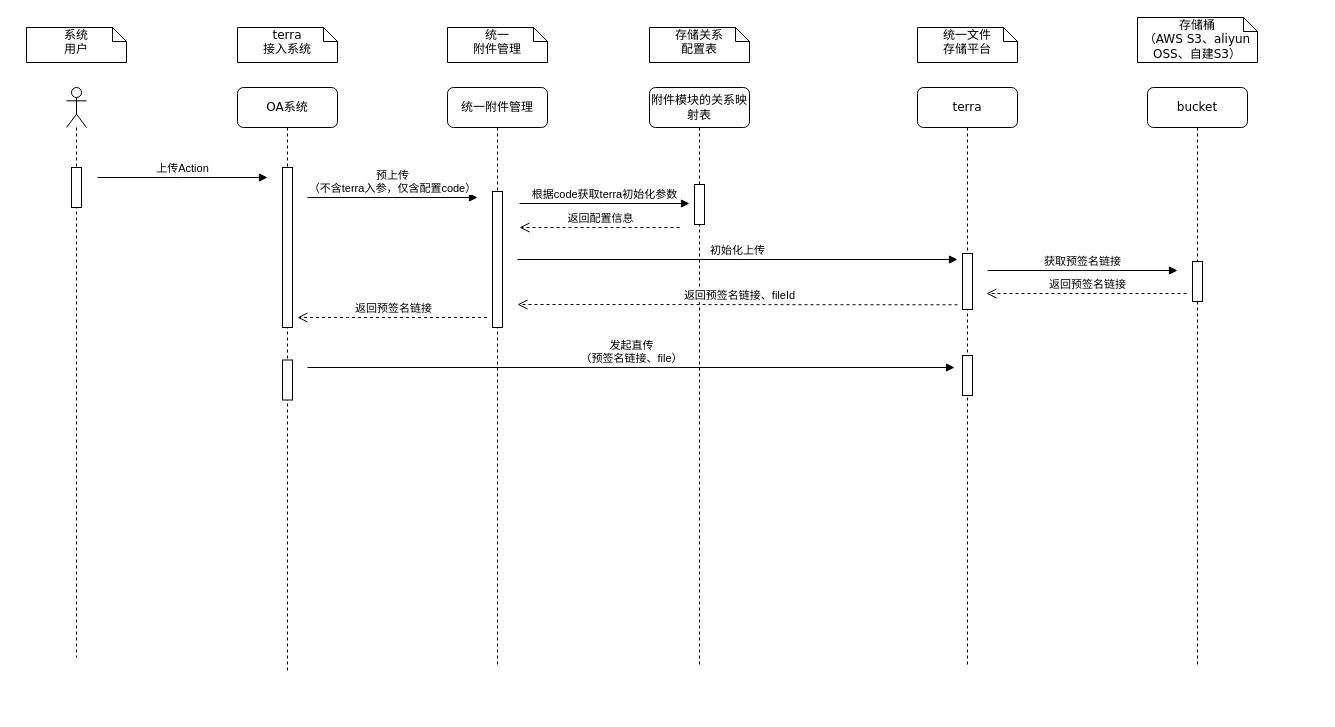
The draw.io diagram 统一文件管理.drawio in xxKarina/draw.io, before the edit. Source tidied: cells renumbered, new cells numbered last; positions are measured from the earlier drawing's top-left corner, leaving out a move shared by most shapes. Both pictures are drawn from the tidied source at 100%, with x=0, y=0 at pixel (26, 17).
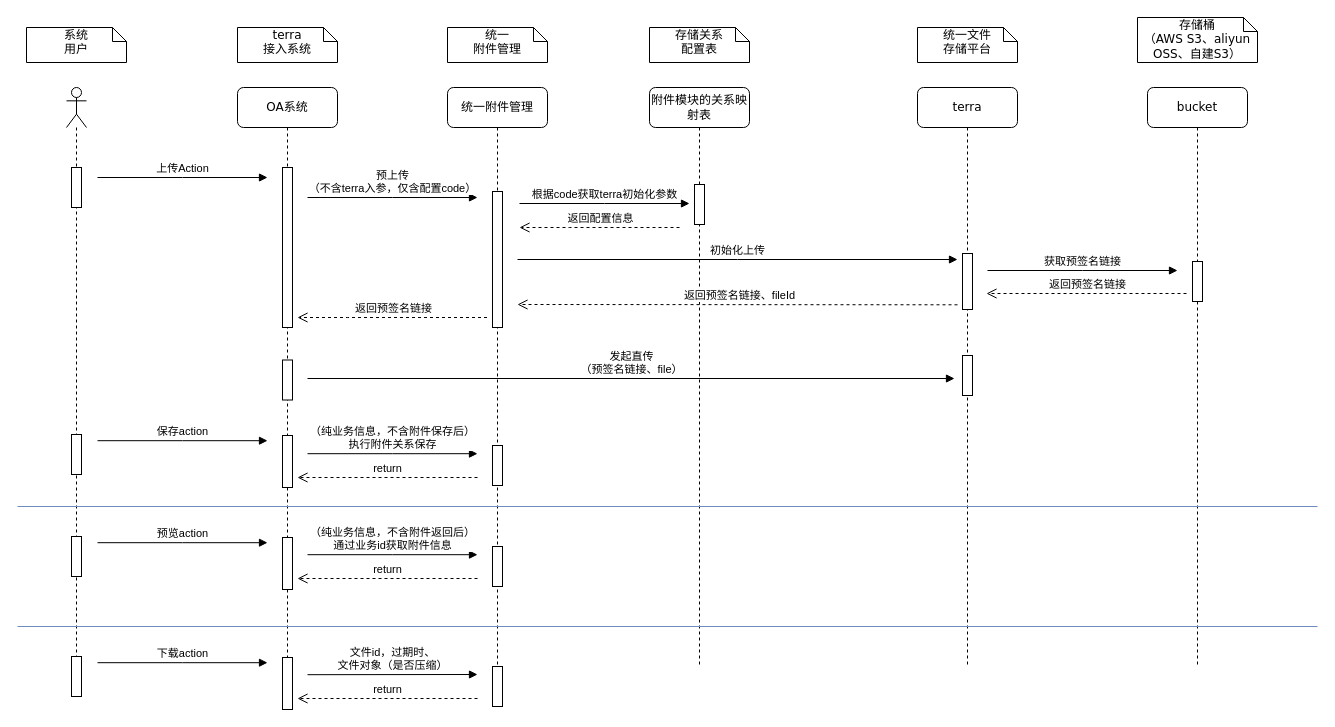
After the change.

Commit message (it also covers changes not shown here):
更新统一文件管理.drawio

The change refers to these unchanged cells:
```xml
<mxCell id="3" value="OA系统" style="shape=umlLifeline;perimeter=lifelinePerimeter;whiteSpace=wrap;html=1;rounded=1;shadow=0;comic=0;labelBackgroundColor=none;strokeWidth=1;fontFamily=Verdana;fontSize=12;align=center;" parent="1" vertex="1">
  <mxGeometry x="211" y="70" width="100" height="585" as="geometry" />
</mxCell>
<mxCell id="12" value="统一附件管理" style="shape=umlLifeline;perimeter=lifelinePerimeter;whiteSpace=wrap;html=1;rounded=1;shadow=0;comic=0;labelBackgroundColor=none;strokeWidth=1;fontFamily=Verdana;fontSize=12;align=center;" parent="1" vertex="1">
  <mxGeometry x="421" y="70" width="100" height="580" as="geometry" />
</mxCell>
<mxCell id="18" style="html=1;points=[];perimeter=orthogonalPerimeter;rounded=0;shadow=0;comic=0;labelBackgroundColor=none;strokeWidth=1;fontFamily=Verdana;fontSize=12;align=center;" parent="15" vertex="1">
  <mxGeometry x="45" y="268" width="10" height="40" as="geometry" />
</mxCell>
```

Change to the diagram source:
```diff
@@
+    <mxCell id="32" style="html=1;perimeter=orthogonalPerimeter;rounded=0;shadow=0;comic=0;labelBackgroundColor=none;strokeWidth=1;fontFamily=Verdana;fontSize=12;align=center;" parent="3" vertex="1">
+      <mxGeometry x="45" y="348" width="10" height="52" as="geometry" />
+    </mxCell>
@@
+    <mxCell id="33" style="html=1;perimeter=orthogonalPerimeter;rounded=0;shadow=0;comic=0;labelBackgroundColor=none;strokeWidth=1;fontFamily=Verdana;fontSize=12;align=center;" parent="12" vertex="1">
+      <mxGeometry x="45" y="358" width="10" height="40" as="geometry" />
+    </mxCell>
@@
-    <mxCell id="31" value="发起直传&lt;br&gt;（预签名链接、file）" style="html=1;verticalAlign=bottom;endArrow=block;edgeStyle=elbowEdgeStyle;elbow=vertical;curved=0;rounded=0;entryX=-0.8;entryY=0.3;entryDx=0;entryDy=0;entryPerimeter=0;" parent="1" edge="1" target="18">
+    <mxCell id="31" value="发起直传&lt;br&gt;（预签名链接、file）" style="html=1;verticalAlign=bottom;endArrow=block;edgeStyle=elbowEdgeStyle;elbow=vertical;curved=0;rounded=0;entryX=-0.8;entryY=0.3;entryDx=0;entryDy=0;entryPerimeter=0;" parent="1" edge="1">
       <mxGeometry relative="1" as="geometry">
-        <mxPoint x="281" y="350" as="sourcePoint" />
+        <mxPoint x="281" y="361" as="sourcePoint" />
+        <mxPoint x="928" y="361" as="targetPoint" />
       </mxGeometry>
     </mxCell>
+    <mxCell id="34" style="html=1;perimeter=orthogonalPerimeter;rounded=0;shadow=0;comic=0;labelBackgroundColor=none;strokeWidth=1;fontFamily=Verdana;fontSize=12;align=center;" parent="1" vertex="1">
+      <mxGeometry x="45" y="417" width="10" height="40" as="geometry" />
+    </mxCell>
+    <mxCell id="35" value="保存action" style="html=1;verticalAlign=bottom;endArrow=block;edgeStyle=elbowEdgeStyle;elbow=horizontal;curved=0;rounded=0;" parent="1" edge="1">
+      <mxGeometry relative="1" as="geometry">
+        <mxPoint x="71" y="423.2" as="sourcePoint" />
+        <mxPoint x="241" y="423.2" as="targetPoint" />
+      </mxGeometry>
+    </mxCell>
+    <mxCell id="36" value="（纯业务信息，不含附件保存后）&lt;br&gt;执行附件关系保存" style="html=1;verticalAlign=bottom;endArrow=block;edgeStyle=elbowEdgeStyle;elbow=horizontal;curved=0;rounded=0;" parent="1" edge="1">
+      <mxGeometry relative="1" as="geometry">
+        <mxPoint x="281" y="436.2" as="sourcePoint" />
+        <mxPoint x="451" y="436.2" as="targetPoint" />
+      </mxGeometry>
+    </mxCell>
+    <mxCell id="37" value="return" style="html=1;verticalAlign=bottom;endArrow=open;dashed=1;endSize=8;edgeStyle=elbowEdgeStyle;elbow=vertical;curved=0;rounded=0;" parent="1" edge="1">
+      <mxGeometry relative="1" as="geometry">
+        <mxPoint x="451" y="460" as="sourcePoint" />
+        <mxPoint x="271" y="460" as="targetPoint" />
+      </mxGeometry>
+    </mxCell>
+    <mxCell id="38" style="html=1;perimeter=orthogonalPerimeter;rounded=0;shadow=0;comic=0;labelBackgroundColor=none;strokeWidth=1;fontFamily=Verdana;fontSize=12;align=center;" parent="1" vertex="1">
+      <mxGeometry x="256" y="520" width="10" height="52" as="geometry" />
+    </mxCell>
+    <mxCell id="39" style="html=1;perimeter=orthogonalPerimeter;rounded=0;shadow=0;comic=0;labelBackgroundColor=none;strokeWidth=1;fontFamily=Verdana;fontSize=12;align=center;" parent="1" vertex="1">
+      <mxGeometry x="45" y="519" width="10" height="40" as="geometry" />
+    </mxCell>
+    <mxCell id="40" value="预览action" style="html=1;verticalAlign=bottom;endArrow=block;edgeStyle=elbowEdgeStyle;elbow=horizontal;curved=0;rounded=0;" parent="1" edge="1">
+      <mxGeometry relative="1" as="geometry">
+        <mxPoint x="71" y="525.2" as="sourcePoint" />
+        <mxPoint x="241" y="525.2" as="targetPoint" />
+      </mxGeometry>
+    </mxCell>
+    <mxCell id="41" style="html=1;perimeter=orthogonalPerimeter;rounded=0;shadow=0;comic=0;labelBackgroundColor=none;strokeWidth=1;fontFamily=Verdana;fontSize=12;align=center;" parent="1" vertex="1">
+      <mxGeometry x="466" y="529" width="10" height="40" as="geometry" />
+    </mxCell>
+    <mxCell id="42" value="（纯业务信息，不含附件返回后）&lt;br&gt;通过业务id获取附件信息" style="html=1;verticalAlign=bottom;endArrow=block;edgeStyle=elbowEdgeStyle;elbow=horizontal;curved=0;rounded=0;" parent="1" edge="1">
+      <mxGeometry relative="1" as="geometry">
+        <mxPoint x="281" y="537.2" as="sourcePoint" />
+        <mxPoint x="451" y="537.2" as="targetPoint" />
+      </mxGeometry>
+    </mxCell>
+    <mxCell id="43" value="return" style="html=1;verticalAlign=bottom;endArrow=open;dashed=1;endSize=8;edgeStyle=elbowEdgeStyle;elbow=vertical;curved=0;rounded=0;" parent="1" edge="1">
+      <mxGeometry relative="1" as="geometry">
+        <mxPoint x="451" y="561" as="sourcePoint" />
+        <mxPoint x="271" y="561" as="targetPoint" />
+      </mxGeometry>
+    </mxCell>
+    <mxCell id="44" style="line;strokeWidth=1;fillColor=#dae8fc;align=left;verticalAlign=middle;spacingTop=-1;spacingLeft=3;spacingRight=3;labelPosition=right;strokeColor=#6c8ebf;" parent="1" vertex="1">
+      <mxGeometry x="-9" y="485" width="1300" height="8" as="geometry" />
+    </mxCell>
+    <mxCell id="45" style="html=1;perimeter=orthogonalPerimeter;rounded=0;shadow=0;comic=0;labelBackgroundColor=none;strokeWidth=1;fontFamily=Verdana;fontSize=12;align=center;" parent="1" vertex="1">
+      <mxGeometry x="256" y="640" width="10" height="52" as="geometry" />
+    </mxCell>
+    <mxCell id="46" style="html=1;perimeter=orthogonalPerimeter;rounded=0;shadow=0;comic=0;labelBackgroundColor=none;strokeWidth=1;fontFamily=Verdana;fontSize=12;align=center;" parent="1" vertex="1">
+      <mxGeometry x="45" y="639" width="10" height="40" as="geometry" />
+    </mxCell>
+    <mxCell id="47" value="下载action" style="html=1;verticalAlign=bottom;endArrow=block;edgeStyle=elbowEdgeStyle;elbow=horizontal;curved=0;rounded=0;" parent="1" edge="1">
+      <mxGeometry relative="1" as="geometry">
+        <mxPoint x="71" y="645.2" as="sourcePoint" />
+        <mxPoint x="241" y="645.2" as="targetPoint" />
+      </mxGeometry>
+    </mxCell>
+    <mxCell id="48" style="html=1;perimeter=orthogonalPerimeter;rounded=0;shadow=0;comic=0;labelBackgroundColor=none;strokeWidth=1;fontFamily=Verdana;fontSize=12;align=center;" parent="1" vertex="1">
+      <mxGeometry x="466" y="649" width="10" height="40" as="geometry" />
+    </mxCell>
+    <mxCell id="49" value="文件id，过期时、&lt;br&gt;文件对象（是否压缩）" style="html=1;verticalAlign=bottom;endArrow=block;edgeStyle=elbowEdgeStyle;elbow=vertical;curved=0;rounded=0;" parent="1" edge="1">
+      <mxGeometry relative="1" as="geometry">
+        <mxPoint x="281" y="657.2" as="sourcePoint" />
+        <mxPoint x="451" y="657.2" as="targetPoint" />
+      </mxGeometry>
+    </mxCell>
+    <mxCell id="50" value="return" style="html=1;verticalAlign=bottom;endArrow=open;dashed=1;endSize=8;edgeStyle=elbowEdgeStyle;elbow=vertical;curved=0;rounded=0;" parent="1" edge="1">
+      <mxGeometry relative="1" as="geometry">
+        <mxPoint x="451" y="681" as="sourcePoint" />
+        <mxPoint x="271" y="681" as="targetPoint" />
+      </mxGeometry>
+    </mxCell>
+    <mxCell id="51" style="line;strokeWidth=1;fillColor=#dae8fc;align=left;verticalAlign=middle;spacingTop=-1;spacingLeft=3;spacingRight=3;labelPosition=right;strokeColor=#6c8ebf;" parent="1" vertex="1">
+      <mxGeometry x="-9" y="605" width="1300" height="8" as="geometry" />
+    </mxCell>
```
